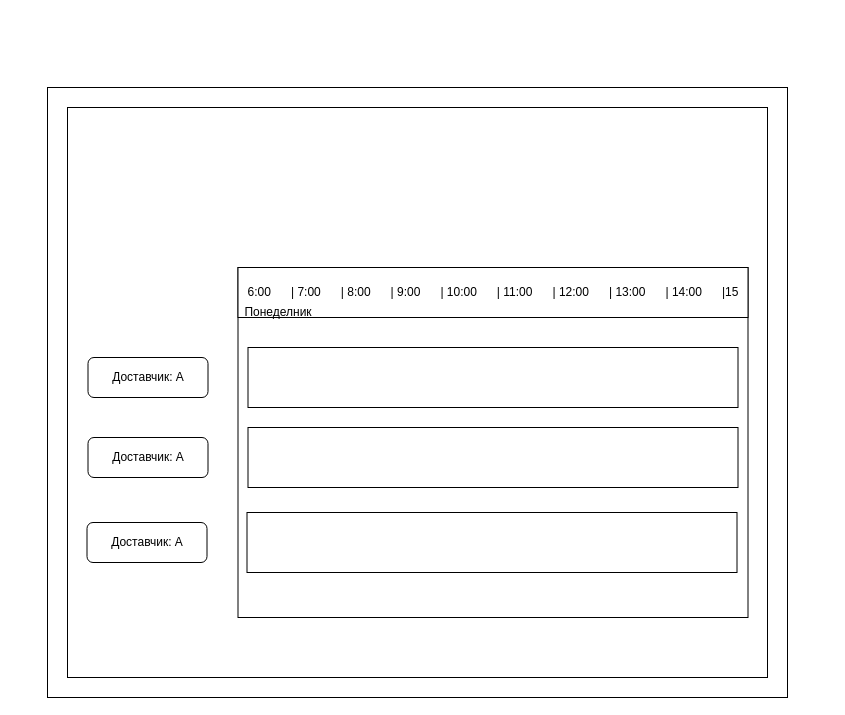
profjordanov/phd keeps this draw.io diagram as Chapter2/WebPortalMSC.drawio. Above is the earlier version. Source tidied: cells renumbered, new cells numbered last; positions are measured from the earlier drawing's top-left corner, leaving out a move shared by most shapes. Both pictures are drawn from the tidied source at 100%, with x=0, y=0 at pixel (47, 87).
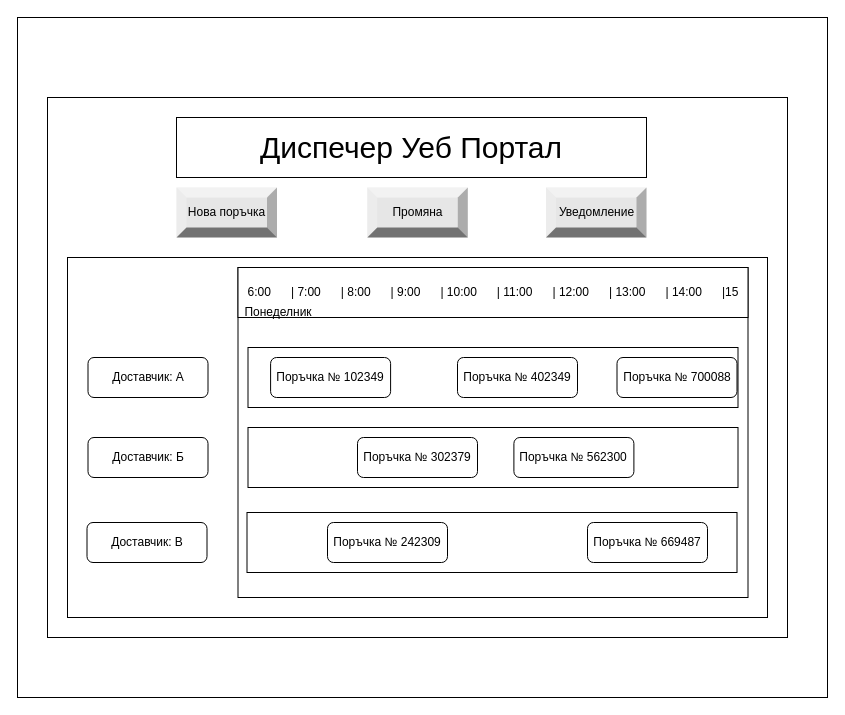
Above is the later version.

What changed in the source:
```diff
@@
+    <mxCell id="13" style="rounded=0;whiteSpace=wrap;html=1;" parent="1" vertex="1">
+      <mxGeometry x="-30" y="-70" width="810" height="680" as="geometry" />
+    </mxCell>
     <mxCell id="2" style="rounded=0;whiteSpace=wrap;html=1;" parent="1" vertex="1">
-      <mxGeometry width="740" height="610" as="geometry" />
+      <mxGeometry y="10" width="740" height="540" as="geometry" />
     </mxCell>
     <mxCell id="3" style="rounded=0;whiteSpace=wrap;html=1;" parent="1" vertex="1">
-      <mxGeometry x="20" y="20" width="700" height="570" as="geometry" />
+      <mxGeometry x="20" y="170" width="700" height="360" as="geometry" />
     </mxCell>
     <mxCell id="4" style="rounded=0;whiteSpace=wrap;html=1;" parent="1" vertex="1">
-      <mxGeometry x="190.5" y="180" width="510" height="350" as="geometry" />
+      <mxGeometry x="190.5" y="180" width="510" height="330" as="geometry" />
     </mxCell>
@@
-    <mxCell id="9" value="Доставчик: А" style="rounded=1;whiteSpace=wrap;html=1;" parent="1" vertex="1">
+    <mxCell id="9" value="Доставчик: Б" style="rounded=1;whiteSpace=wrap;html=1;" parent="1" vertex="1">
       <mxGeometry x="40.5" y="350" width="120" height="40" as="geometry" />
     </mxCell>
@@
-    <mxCell id="11" value="Доставчик: А" style="rounded=1;whiteSpace=wrap;html=1;" parent="1" vertex="1">
+    <mxCell id="11" value="Доставчик: В" style="rounded=1;whiteSpace=wrap;html=1;" parent="1" vertex="1">
       <mxGeometry x="39.5" y="435" width="120" height="40" as="geometry" />
     </mxCell>
@@
+    <mxCell id="14" value="&lt;font style=&quot;font-size: 30px;&quot;&gt;Диспечер Уеб Портал&lt;/font&gt;" style="rounded=0;whiteSpace=wrap;html=1;" parent="1" vertex="1">
+      <mxGeometry x="129" y="30" width="470" height="60" as="geometry" />
+    </mxCell>
+    <mxCell id="15" value="Нова поръчка" style="labelPosition=center;verticalLabelPosition=middle;align=center;html=1;shape=mxgraph.basic.shaded_button;dx=10;fillColor=#E6E6E6;strokeColor=none;whiteSpace=wrap;" parent="1" vertex="1">
+      <mxGeometry x="129" y="100" width="100.5" height="50" as="geometry" />
+    </mxCell>
+    <mxCell id="16" value="Промяна" style="labelPosition=center;verticalLabelPosition=middle;align=center;html=1;shape=mxgraph.basic.shaded_button;dx=10;fillColor=#E6E6E6;strokeColor=none;whiteSpace=wrap;" parent="1" vertex="1">
+      <mxGeometry x="319.8" y="100" width="100.5" height="50" as="geometry" />
+    </mxCell>
+    <mxCell id="17" value="Уведомление" style="labelPosition=center;verticalLabelPosition=middle;align=center;html=1;shape=mxgraph.basic.shaded_button;dx=10;fillColor=#E6E6E6;strokeColor=none;whiteSpace=wrap;" parent="1" vertex="1">
+      <mxGeometry x="498.5" y="100" width="100.5" height="50" as="geometry" />
+    </mxCell>
+    <mxCell id="18" value="Поръчка № 102349" style="rounded=1;whiteSpace=wrap;html=1;" parent="1" vertex="1">
+      <mxGeometry x="223.1" y="270" width="120" height="40" as="geometry" />
+    </mxCell>
+    <mxCell id="19" value="Поръчка № 302379" style="rounded=1;whiteSpace=wrap;html=1;" parent="1" vertex="1">
+      <mxGeometry x="310" y="350" width="120" height="40" as="geometry" />
+    </mxCell>
+    <mxCell id="20" value="Поръчка № 242309" style="rounded=1;whiteSpace=wrap;html=1;" parent="1" vertex="1">
+      <mxGeometry x="280" y="435" width="120" height="40" as="geometry" />
+    </mxCell>
+    <mxCell id="21" value="Поръчка № 402349" style="rounded=1;whiteSpace=wrap;html=1;" parent="1" vertex="1">
+      <mxGeometry x="410" y="270" width="120" height="40" as="geometry" />
+    </mxCell>
+    <mxCell id="22" value="Поръчка № 669487" style="rounded=1;whiteSpace=wrap;html=1;" parent="1" vertex="1">
+      <mxGeometry x="540" y="435" width="120" height="40" as="geometry" />
+    </mxCell>
+    <mxCell id="23" value="Поръчка № 562300" style="rounded=1;whiteSpace=wrap;html=1;" parent="1" vertex="1">
+      <mxGeometry x="466.4" y="350" width="120" height="40" as="geometry" />
+    </mxCell>
+    <mxCell id="24" value="Поръчка № 700088" style="rounded=1;whiteSpace=wrap;html=1;" parent="1" vertex="1">
+      <mxGeometry x="569.5" y="270" width="120" height="40" as="geometry" />
+    </mxCell>
```
